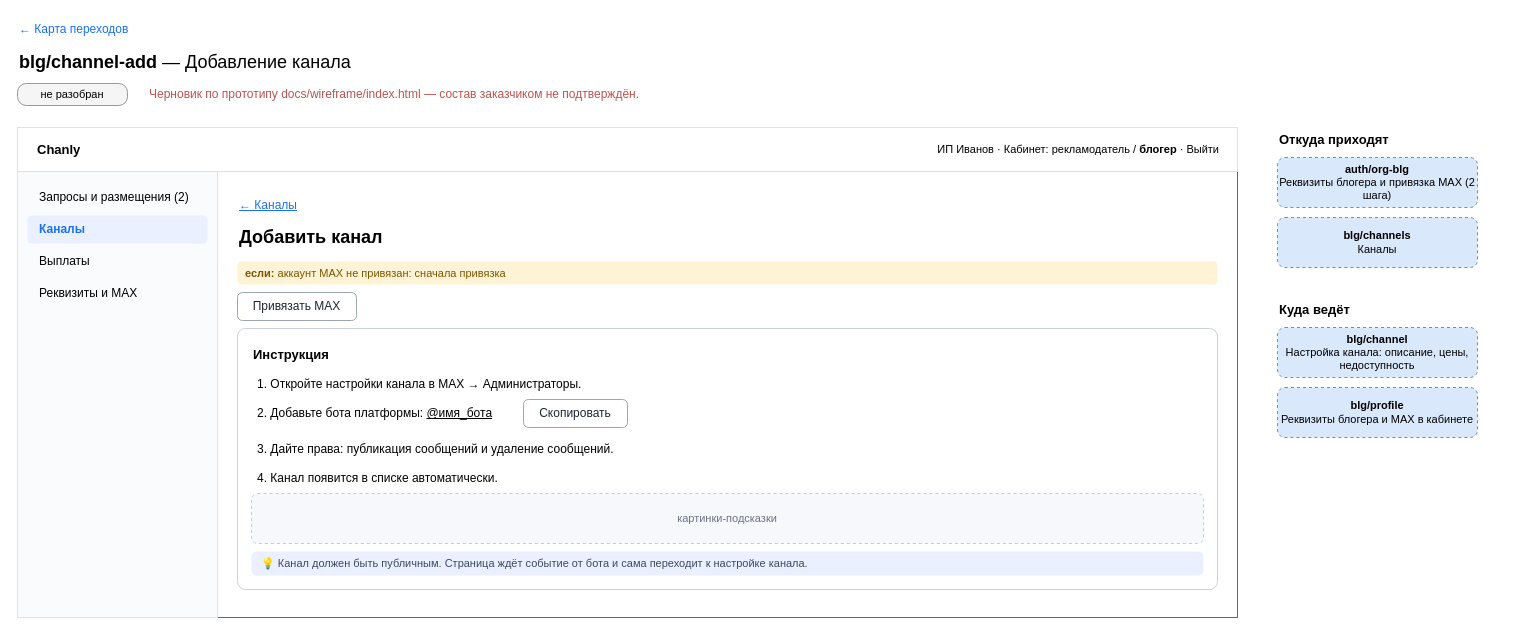
The draw.io diagram page "blg/channel-add" (18 of 41) of docs/wireframe/screens.drawio in leha-creator/chanly, before the edit. Source tidied: cells renumbered, new cells numbered last; positions are measured from the earlier drawing's top-left corner, leaving out a move shared by most shapes. Both pictures are drawn from the tidied source at 100%, with x=0, y=0 at pixel (17, 17).
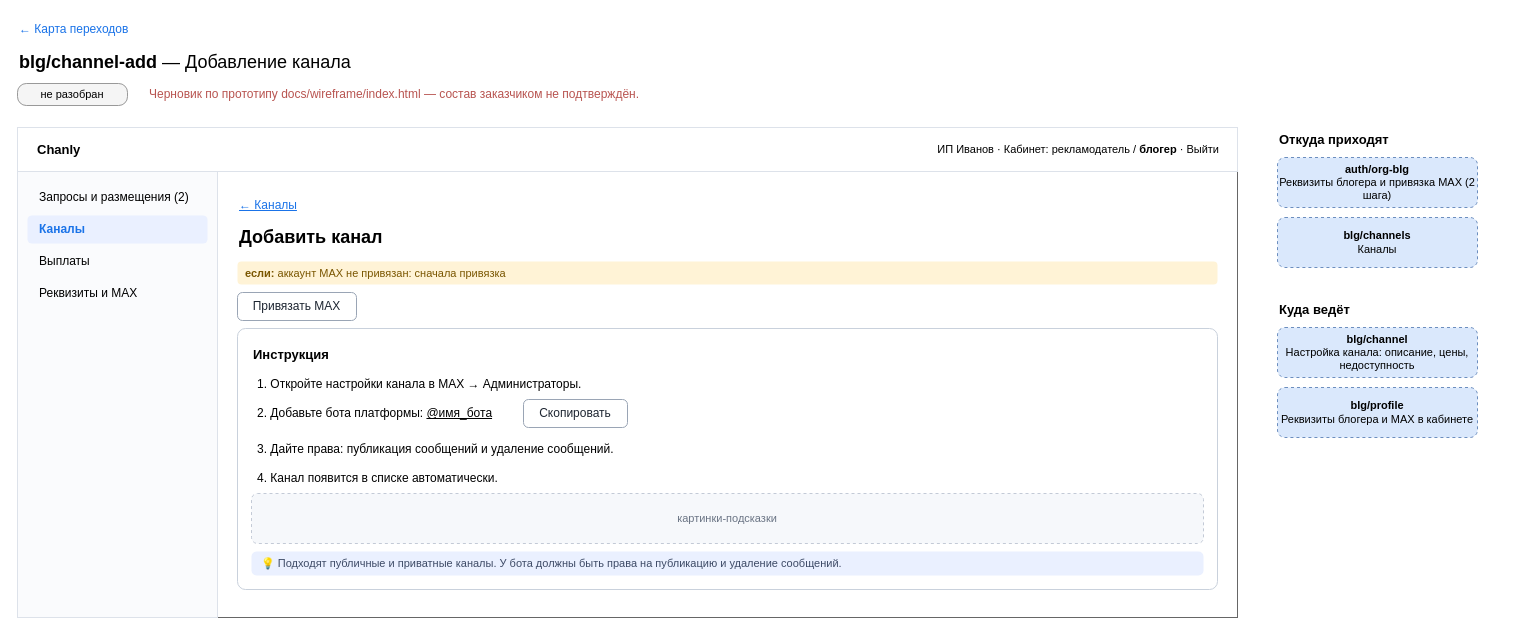
Above is the later version.

The change refers to these unchanged cells:
```xml
<mxCell id="18" style="rounded=1;absoluteArcSize=1;arcSize=16;whiteSpace=wrap;html=1;fillColor=#ffffff;strokeColor=#c9d1dc;" parent="6" vertex="1">
  <mxGeometry x="220" y="201" width="980" height="261" as="geometry" />
</mxCell>
```

What changed in the source:
```diff
@@
-    <mxCell id="26" value="💡 Канал должен быть публичным. Страница ждёт событие от бота и сама переходит к настройке канала." style="rounded=1;absoluteArcSize=1;arcSize=10;whiteSpace=wrap;html=1;align=left;spacingLeft=8;spacingRight=6;fillColor=#eaf0ff;strokeColor=none;fontColor=#3d4a66;fontSize=11;" parent="18" vertex="1">
+    <mxCell id="26" value="💡 Подходят публичные и приватные каналы. У бота должны быть права на публикацию и удаление сообщений." style="rounded=1;absoluteArcSize=1;arcSize=10;whiteSpace=wrap;html=1;align=left;spacingLeft=8;spacingRight=6;fillColor=#eaf0ff;strokeColor=none;fontColor=#3d4a66;fontSize=11;" parent="18" vertex="1">
       <mxGeometry x="14" y="223" width="952" height="24" as="geometry" />
     </mxCell>
```
